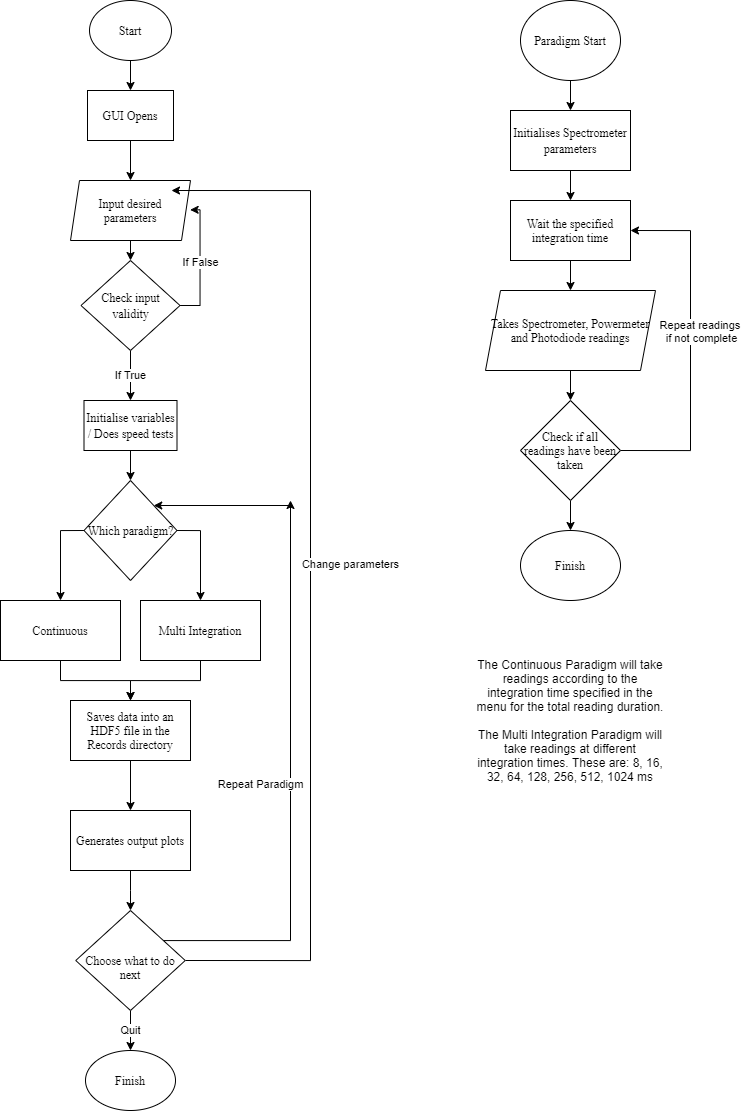
This is Optrode Flowchart.png from Benjamin-Mc/Optrode, a draw.io export, as it was before one commit. Source tidied: cells renumbered, new cells last; positions are measured from the earlier drawing's top-left corner, leaving out a move shared by most shapes.
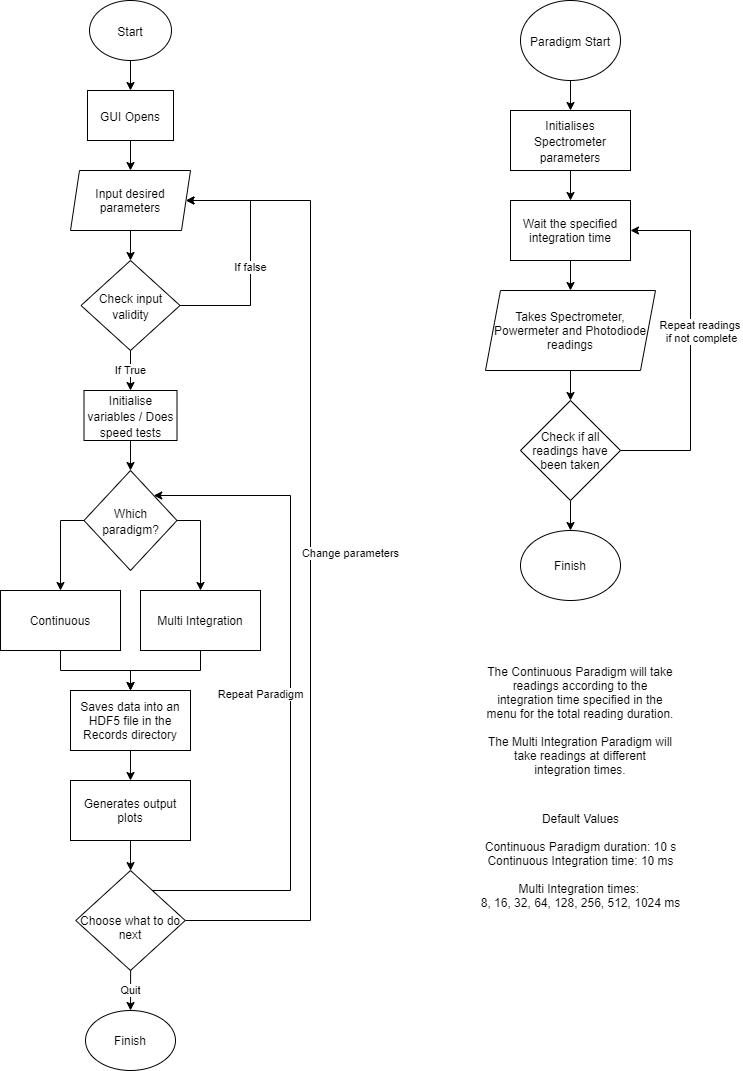
The same file after the commit.

What changed in the source:
```diff
@@ -2,122 +2,124 @@
   <root>
     <mxCell id="0" />
     <mxCell id="1" parent="0" />
-    <mxCell id="2" value="&lt;font style=&quot;font-size: 12px&quot;&gt;Start&lt;/font&gt;" style="ellipse;whiteSpace=wrap;html=1;fontFamily=Times New Roman;fontSize=14;" parent="1" vertex="1">
+    <mxCell id="2" value="&lt;font style=&quot;font-size: 12px&quot;&gt;Start&lt;/font&gt;" style="ellipse;whiteSpace=wrap;html=1;fontFamily=Helvetica;fontSize=14;" parent="1" vertex="1">
       <mxGeometry x="89" width="82" height="60" as="geometry" />
     </mxCell>
-    <mxCell id="3" value="&lt;font style=&quot;font-size: 12px&quot;&gt;GUI Opens&lt;/font&gt;" style="rounded=0;whiteSpace=wrap;html=1;fontFamily=Times New Roman;fontSize=14;" parent="1" vertex="1">
+    <mxCell id="3" value="&lt;font style=&quot;font-size: 12px&quot;&gt;GUI Opens&lt;/font&gt;" style="rounded=0;whiteSpace=wrap;html=1;fontFamily=Helvetica;fontSize=14;" parent="1" vertex="1">
       <mxGeometry x="87" y="90" width="86" height="50" as="geometry" />
     </mxCell>
-    <mxCell id="4" value="If True" style="edgeStyle=orthogonalEdgeStyle;rounded=0;jettySize=auto;html=1;exitX=0.5;exitY=1;exitDx=0;exitDy=0;entryX=0.5;entryY=0;entryDx=0;entryDy=0;" parent="1" edge="1" source="6" target="7">
+    <mxCell id="4" value="If True" style="edgeStyle=orthogonalEdgeStyle;rounded=0;jettySize=auto;html=1;exitX=0.5;exitY=1;exitDx=0;exitDy=0;entryX=0.5;entryY=0;entryDx=0;entryDy=0;fontFamily=Helvetica;" parent="1" edge="1" source="6" target="7">
       <mxGeometry relative="1" as="geometry" />
     </mxCell>
-    <mxCell id="5" value="If False" style="edgeStyle=orthogonalEdgeStyle;rounded=0;jettySize=auto;html=1;exitX=1;exitY=0.5;exitDx=0;exitDy=0;entryX=0.997;entryY=0.489;entryDx=0;entryDy=0;entryPerimeter=0;" parent="1" edge="1" source="6" target="20">
-      <mxGeometry relative="1" as="geometry" />
+    <mxCell id="5" style="edgeStyle=orthogonalEdgeStyle;rounded=0;jettySize=auto;html=1;fontFamily=Helvetica;entryX=1;entryY=0.5;entryDx=0;entryDy=0;" parent="1" edge="1" source="6" target="20">
+      <mxGeometry relative="1" as="geometry">
+        <Array as="points">
+          <mxPoint x="250" y="305" />
+          <mxPoint x="250" y="200" />
+        </Array>
+      </mxGeometry>
     </mxCell>
+    <mxCell id="44" value="If false" style="edgeLabel;html=1;align=center;verticalAlign=middle;fontFamily=Helvetica;" parent="5" vertex="1">
+      <mxGeometry x="-0.09" y="1" relative="1" as="geometry" />
+    </mxCell>
-    <mxCell id="6" value="&lt;font style=&quot;font-size: 12px&quot;&gt;Check input validity&lt;/font&gt;" style="rhombus;whiteSpace=wrap;html=1;fontFamily=Times New Roman;fontSize=14;" parent="1" vertex="1">
+    <mxCell id="6" value="&lt;font style=&quot;font-size: 12px&quot;&gt;Check input validity&lt;/font&gt;" style="rhombus;whiteSpace=wrap;html=1;fontFamily=Helvetica;fontSize=14;" parent="1" vertex="1">
       <mxGeometry x="80.5" y="260" width="99" height="90" as="geometry" />
     </mxCell>
-    <mxCell id="7" value="&lt;font style=&quot;font-size: 12px&quot;&gt;Initialise variables / Does speed tests&lt;/font&gt;" style="rounded=0;whiteSpace=wrap;html=1;fontFamily=Times New Roman;fontSize=14;" parent="1" vertex="1">
-      <mxGeometry x="83.5" y="400" width="93" height="50" as="geometry" />
+    <mxCell id="7" value="&lt;font style=&quot;font-size: 12px&quot;&gt;Initialise variables / Does speed tests&lt;/font&gt;" style="rounded=0;whiteSpace=wrap;html=1;fontFamily=Helvetica;fontSize=14;" parent="1" vertex="1">
+      <mxGeometry x="83.5" y="390" width="93" height="50" as="geometry" />
     </mxCell>
-    <mxCell id="8" style="edgeStyle=orthogonalEdgeStyle;rounded=0;jettySize=auto;html=1;exitX=1;exitY=0.5;exitDx=0;exitDy=0;entryX=0.5;entryY=0;entryDx=0;entryDy=0;" parent="1" edge="1" source="10" target="25">
+    <mxCell id="8" style="edgeStyle=orthogonalEdgeStyle;rounded=0;jettySize=auto;html=1;exitX=1;exitY=0.5;exitDx=0;exitDy=0;entryX=0.5;entryY=0;entryDx=0;entryDy=0;fontFamily=Helvetica;" parent="1" edge="1" source="10" target="25">
       <mxGeometry relative="1" as="geometry" />
     </mxCell>
-    <mxCell id="9" style="edgeStyle=orthogonalEdgeStyle;rounded=0;jettySize=auto;html=1;exitX=0;exitY=0.5;exitDx=0;exitDy=0;entryX=0.5;entryY=0;entryDx=0;entryDy=0;" parent="1" edge="1" source="10" target="23">
+    <mxCell id="9" style="edgeStyle=orthogonalEdgeStyle;rounded=0;jettySize=auto;html=1;exitX=0;exitY=0.5;exitDx=0;exitDy=0;entryX=0.5;entryY=0;entryDx=0;entryDy=0;fontFamily=Helvetica;" parent="1" edge="1" source="10" target="23">
       <mxGeometry relative="1" as="geometry" />
     </mxCell>
-    <mxCell id="10" value="&lt;font style=&quot;font-size: 12px&quot;&gt;Which paradigm?&lt;/font&gt;" style="rhombus;whiteSpace=wrap;html=1;fontFamily=Times New Roman;fontSize=14;" parent="1" vertex="1">
-      <mxGeometry x="83.5" y="480" width="93" height="100" as="geometry" />
+    <mxCell id="10" value="&lt;font style=&quot;font-size: 12px&quot;&gt;Which paradigm?&lt;/font&gt;" style="rhombus;whiteSpace=wrap;html=1;fontFamily=Helvetica;fontSize=14;" parent="1" vertex="1">
+      <mxGeometry x="83.5" y="470" width="93" height="100" as="geometry" />
     </mxCell>
-    <mxCell id="11" style="endArrow=classic;html=1;fontFamily=Times New Roman;fontSize=14;exitX=0.5;exitY=1;exitDx=0;exitDy=0;entryX=0.5;entryY=0;entryDx=0;entryDy=0;" parent="1" edge="1" source="2" target="3">
+    <mxCell id="11" style="endArrow=classic;html=1;fontFamily=Helvetica;fontSize=14;exitX=0.5;exitY=1;exitDx=0;exitDy=0;entryX=0.5;entryY=0;entryDx=0;entryDy=0;" parent="1" edge="1" source="2" target="3">
       <mxGeometry relative="1" as="geometry" />
     </mxCell>
-    <mxCell id="12" style="endArrow=classic;html=1;fontFamily=Times New Roman;fontSize=14;exitX=0.5;exitY=1;exitDx=0;exitDy=0;entryX=0.5;entryY=0;entryDx=0;entryDy=0;" parent="1" edge="1" source="3" target="20">
+    <mxCell id="12" style="endArrow=classic;html=1;fontFamily=Helvetica;fontSize=14;exitX=0.5;exitY=1;exitDx=0;exitDy=0;entryX=0.5;entryY=0;entryDx=0;entryDy=0;" parent="1" edge="1" source="3" target="20">
       <mxGeometry relative="1" as="geometry" />
     </mxCell>
-    <mxCell id="13" style="endArrow=classic;html=1;fontFamily=Times New Roman;fontSize=14;exitX=0.5;exitY=1;exitDx=0;exitDy=0;entryX=0.5;entryY=0;entryDx=0;entryDy=0;" parent="1" edge="1" source="7" target="10">
+    <mxCell id="13" style="endArrow=classic;html=1;fontFamily=Helvetica;fontSize=14;exitX=0.5;exitY=1;exitDx=0;exitDy=0;entryX=0.5;entryY=0;entryDx=0;entryDy=0;" parent="1" edge="1" source="7" target="10">
       <mxGeometry relative="1" as="geometry" />
     </mxCell>
-    <mxCell id="14" style="edgeStyle=orthogonalEdgeStyle;rounded=0;jettySize=auto;html=1;" parent="1" edge="1" source="15" target="17">
+    <mxCell id="14" style="edgeStyle=orthogonalEdgeStyle;rounded=0;jettySize=auto;html=1;fontFamily=Helvetica;" parent="1" edge="1" source="15" target="17">
       <mxGeometry relative="1" as="geometry" />
     </mxCell>
-    <mxCell id="15" value="&lt;font style=&quot;font-size: 12px&quot;&gt;&lt;font&gt;Paradigm &lt;/font&gt;Start&lt;/font&gt;" style="ellipse;whiteSpace=wrap;html=1;fontFamily=Times New Roman;fontSize=14;" parent="1" vertex="1">
+    <mxCell id="15" value="&lt;font style=&quot;font-size: 12px&quot;&gt;&lt;font&gt;Paradigm &lt;/font&gt;Start&lt;/font&gt;" style="ellipse;whiteSpace=wrap;html=1;fontFamily=Helvetica;fontSize=14;" parent="1" vertex="1">
       <mxGeometry x="520" width="100" height="80" as="geometry" />
     </mxCell>
-    <mxCell id="16" style="edgeStyle=orthogonalEdgeStyle;rounded=0;jettySize=auto;html=1;exitX=0.5;exitY=1;exitDx=0;exitDy=0;entryX=0.5;entryY=0;entryDx=0;entryDy=0;" parent="1" edge="1" source="17" target="42">
+    <mxCell id="16" style="edgeStyle=orthogonalEdgeStyle;rounded=0;jettySize=auto;html=1;exitX=0.5;exitY=1;exitDx=0;exitDy=0;entryX=0.5;entryY=0;entryDx=0;entryDy=0;fontFamily=Helvetica;" parent="1" edge="1" source="17" target="42">
       <mxGeometry relative="1" as="geometry" />
     </mxCell>
-    <mxCell id="17" value="&lt;font style=&quot;font-size: 12px&quot;&gt;Initialises Spectrometer parameters&lt;/font&gt;" style="whiteSpace=wrap;html=1;fontFamily=Times New Roman;fontSize=14;" parent="1" vertex="1">
+    <mxCell id="17" value="&lt;font style=&quot;font-size: 12px&quot;&gt;Initialises Spectrometer parameters&lt;/font&gt;" style="whiteSpace=wrap;html=1;fontFamily=Helvetica;fontSize=14;" parent="1" vertex="1">
       <mxGeometry x="510" y="110" width="120" height="60" as="geometry" />
     </mxCell>
-    <mxCell id="18" style="edgeStyle=orthogonalEdgeStyle;rounded=0;jettySize=auto;html=1;" parent="1" edge="1" source="19" target="39">
+    <mxCell id="18" style="edgeStyle=orthogonalEdgeStyle;rounded=0;jettySize=auto;html=1;fontFamily=Helvetica;" parent="1" edge="1" source="19" target="39">
       <mxGeometry relative="1" as="geometry" />
     </mxCell>
-    <mxCell id="19" value="&lt;font style=&quot;font-size: 12px&quot; face=&quot;Times New Roman&quot;&gt;Takes Spectrometer, Powermeter and Photodiode readings&lt;/font&gt;" style="shape=parallelogram;perimeter=parallelogramPerimeter;whiteSpace=wrap;html=1;fixedSize=1;size=15;" parent="1" vertex="1">
+    <mxCell id="19" value="&lt;font style=&quot;font-size: 12px&quot;&gt;Takes Spectrometer, Powermeter and Photodiode readings&lt;/font&gt;" style="shape=parallelogram;perimeter=parallelogramPerimeter;whiteSpace=wrap;html=1;fixedSize=1;size=15;fontFamily=Helvetica;" parent="1" vertex="1">
       <mxGeometry x="485" y="290" width="170" height="80" as="geometry" />
     </mxCell>
-    <mxCell id="20" value="&lt;font face=&quot;Times New Roman&quot;&gt;Input desired parameters&lt;/font&gt;" style="shape=parallelogram;perimeter=parallelogramPerimeter;whiteSpace=wrap;html=1;fixedSize=1;size=9;" parent="1" vertex="1">
-      <mxGeometry x="70" y="180" width="120" height="60" as="geometry" />
+    <mxCell id="20" value="&lt;font&gt;Input desired parameters&lt;/font&gt;" style="shape=parallelogram;perimeter=parallelogramPerimeter;whiteSpace=wrap;html=1;fixedSize=1;size=9;fontFamily=Helvetica;" parent="1" vertex="1">
+      <mxGeometry x="70" y="170" width="120" height="60" as="geometry" />
     </mxCell>
-    <mxCell id="21" style="endArrow=classic;html=1;exitX=0.5;exitY=1;exitDx=0;exitDy=0;entryX=0.5;entryY=0;entryDx=0;entryDy=0;" parent="1" edge="1" source="20" target="6">
+    <mxCell id="21" style="endArrow=classic;html=1;exitX=0.5;exitY=1;exitDx=0;exitDy=0;entryX=0.5;entryY=0;entryDx=0;entryDy=0;fontFamily=Helvetica;" parent="1" edge="1" source="20" target="6">
       <mxGeometry relative="1" as="geometry" />
     </mxCell>
-    <mxCell id="22" style="edgeStyle=orthogonalEdgeStyle;rounded=0;jettySize=auto;html=1;exitX=0.5;exitY=1;exitDx=0;exitDy=0;" parent="1" edge="1" source="23" target="27">
+    <mxCell id="22" style="edgeStyle=orthogonalEdgeStyle;rounded=0;jettySize=auto;html=1;exitX=0.5;exitY=1;exitDx=0;exitDy=0;fontFamily=Helvetica;" parent="1" edge="1" source="23" target="27">
       <mxGeometry relative="1" as="geometry" />
     </mxCell>
-    <mxCell id="23" value="&lt;font face=&quot;Times New Roman&quot;&gt;Continuous&lt;/font&gt;" style="rounded=0;whiteSpace=wrap;html=1;" parent="1" vertex="1">
-      <mxGeometry y="600" width="120" height="60" as="geometry" />
+    <mxCell id="23" value="&lt;font&gt;Continuous&lt;/font&gt;" style="rounded=0;whiteSpace=wrap;html=1;fontFamily=Helvetica;" parent="1" vertex="1">
+      <mxGeometry y="590" width="120" height="60" as="geometry" />
     </mxCell>
-    <mxCell id="24" style="edgeStyle=orthogonalEdgeStyle;rounded=0;jettySize=auto;html=1;exitX=0.5;exitY=1;exitDx=0;exitDy=0;entryX=0.5;entryY=0;entryDx=0;entryDy=0;" parent="1" edge="1" source="25" target="27">
+    <mxCell id="24" style="edgeStyle=orthogonalEdgeStyle;rounded=0;jettySize=auto;html=1;exitX=0.5;exitY=1;exitDx=0;exitDy=0;entryX=0.5;entryY=0;entryDx=0;entryDy=0;fontFamily=Helvetica;" parent="1" edge="1" source="25" target="27">
       <mxGeometry relative="1" as="geometry" />
     </mxCell>
-    <mxCell id="25" value="&lt;font face=&quot;Times New Roman&quot;&gt;Multi Integration&lt;/font&gt;" style="rounded=0;whiteSpace=wrap;html=1;" parent="1" vertex="1">
-      <mxGeometry x="140" y="600" width="120" height="60" as="geometry" />
+    <mxCell id="25" value="&lt;font&gt;Multi Integration&lt;/font&gt;" style="rounded=0;whiteSpace=wrap;html=1;fontFamily=Helvetica;" parent="1" vertex="1">
+      <mxGeometry x="140" y="590" width="120" height="60" as="geometry" />
     </mxCell>
-    <mxCell id="26" style="edgeStyle=orthogonalEdgeStyle;rounded=0;jettySize=auto;html=1;" parent="1" edge="1" source="27" target="29">
+    <mxCell id="26" style="edgeStyle=orthogonalEdgeStyle;rounded=0;jettySize=auto;html=1;fontFamily=Helvetica;" parent="1" edge="1" source="27" target="29">
       <mxGeometry relative="1" as="geometry" />
     </mxCell>
-    <mxCell id="27" value="&lt;font face=&quot;Times New Roman&quot;&gt;Saves data into an HDF5 file in the Records directory&lt;/font&gt;" style="rounded=0;whiteSpace=wrap;html=1;" parent="1" vertex="1">
-      <mxGeometry x="70" y="700" width="120" height="60" as="geometry" />
+    <mxCell id="27" value="&lt;font&gt;Saves data into an HDF5 file in the Records directory&lt;/font&gt;" style="rounded=0;whiteSpace=wrap;html=1;fontFamily=Helvetica;" parent="1" vertex="1">
+      <mxGeometry x="70" y="690" width="120" height="60" as="geometry" />
     </mxCell>
-    <mxCell id="28" style="edgeStyle=orthogonalEdgeStyle;rounded=0;jettySize=auto;html=1;" parent="1" edge="1" source="29" target="33">
+    <mxCell id="28" style="edgeStyle=orthogonalEdgeStyle;rounded=0;jettySize=auto;html=1;fontFamily=Helvetica;" parent="1" edge="1" source="29" target="33">
       <mxGeometry relative="1" as="geometry" />
     </mxCell>
-    <mxCell id="29" value="&lt;font face=&quot;Times New Roman&quot;&gt;Generates output plots&lt;/font&gt;" style="rounded=0;whiteSpace=wrap;html=1;" parent="1" vertex="1">
-      <mxGeometry x="70" y="810" width="120" height="60" as="geometry" />
+    <mxCell id="29" value="&lt;font&gt;Generates output plots&lt;/font&gt;" style="rounded=0;whiteSpace=wrap;html=1;fontFamily=Helvetica;" parent="1" vertex="1">
+      <mxGeometry x="70" y="780" width="120" height="60" as="geometry" />
     </mxCell>
-    <mxCell id="30" value="Repeat Paradigm" style="edgeStyle=orthogonalEdgeStyle;rounded=0;jettySize=auto;html=1;" parent="1" edge="1" source="33">
+    <mxCell id="30" value="Repeat Paradigm" style="edgeStyle=orthogonalEdgeStyle;rounded=0;jettySize=auto;html=1;fontFamily=Helvetica;entryX=1;entryY=0;entryDx=0;entryDy=0;" parent="1" edge="1" source="33" target="10">
       <mxGeometry y="30" relative="1" as="geometry">
-        <mxPoint x="290" y="500" as="targetPoint" />
         <Array as="points">
-          <mxPoint x="290" y="940" />
+          <mxPoint x="290" y="890" />
+          <mxPoint x="290" y="495" />
         </Array>
       </mxGeometry>
     </mxCell>
-    <mxCell id="31" value="Change parameters" style="edgeStyle=orthogonalEdgeStyle;rounded=0;jettySize=auto;html=1;exitX=1;exitY=0.5;exitDx=0;exitDy=0;" parent="1" edge="1" source="33">
-      <mxGeometry x="0.01" y="-40" relative="1" as="geometry">
-        <mxPoint x="171" y="190" as="targetPoint" />
+    <mxCell id="31" value="Change parameters" style="edgeStyle=orthogonalEdgeStyle;rounded=0;jettySize=auto;html=1;exitX=1;exitY=0.5;exitDx=0;exitDy=0;fontFamily=Helvetica;entryX=1;entryY=0.5;entryDx=0;entryDy=0;" parent="1" edge="1" source="33" target="20">
+      <mxGeometry x="0.02" y="-40" relative="1" as="geometry">
         <Array as="points">
-          <mxPoint x="310" y="960" />
-          <mxPoint x="310" y="190" />
+          <mxPoint x="310" y="920" />
+          <mxPoint x="310" y="200" />
         </Array>
       </mxGeometry>
     </mxCell>
-    <mxCell id="32" value="Quit" style="edgeStyle=orthogonalEdgeStyle;rounded=0;jettySize=auto;html=1;" parent="1" edge="1" source="33" target="35">
+    <mxCell id="32" value="Quit" style="edgeStyle=orthogonalEdgeStyle;rounded=0;jettySize=auto;html=1;fontFamily=Helvetica;" parent="1" edge="1" source="33" target="35">
       <mxGeometry relative="1" as="geometry" />
     </mxCell>
-    <mxCell id="33" value="&lt;font face=&quot;Times New Roman&quot;&gt;&lt;br&gt;Choose what to do next&lt;/font&gt;" style="rhombus;whiteSpace=wrap;html=1;rounded=0;" parent="1" vertex="1">
-      <mxGeometry x="75.2" y="910" width="109.5" height="100" as="geometry" />
+    <mxCell id="33" value="&lt;font&gt;&lt;br&gt;Choose what to do next&lt;/font&gt;" style="rhombus;whiteSpace=wrap;html=1;rounded=0;fontFamily=Helvetica;" parent="1" vertex="1">
+      <mxGeometry x="75.2" y="870" width="109.5" height="100" as="geometry" />
     </mxCell>
-    <mxCell id="34" style="endArrow=classic;html=1;entryX=1;entryY=0;entryDx=0;entryDy=0;" parent="1" edge="1" target="10">
-      <mxGeometry relative="1" as="geometry">
-        <mxPoint x="290" y="505" as="sourcePoint" />
-      </mxGeometry>
-    </mxCell>
-    <mxCell id="35" value="&lt;font face=&quot;Times New Roman&quot;&gt;Finish&lt;/font&gt;" style="ellipse;whiteSpace=wrap;html=1;rounded=0;" parent="1" vertex="1">
-      <mxGeometry x="85" y="1050" width="90" height="60" as="geometry" />
+    <mxCell id="35" value="&lt;font&gt;Finish&lt;/font&gt;" style="ellipse;whiteSpace=wrap;html=1;rounded=0;fontFamily=Helvetica;" parent="1" vertex="1">
+      <mxGeometry x="85" y="1010" width="90" height="60" as="geometry" />
     </mxCell>
-    <mxCell id="36" style="edgeStyle=orthogonalEdgeStyle;rounded=0;jettySize=auto;html=1;exitX=1;exitY=0.5;exitDx=0;exitDy=0;entryX=1;entryY=0.5;entryDx=0;entryDy=0;" parent="1" edge="1" source="39" target="42">
+    <mxCell id="36" style="edgeStyle=orthogonalEdgeStyle;rounded=0;jettySize=auto;html=1;exitX=1;exitY=0.5;exitDx=0;exitDy=0;entryX=1;entryY=0.5;entryDx=0;entryDy=0;fontFamily=Helvetica;" parent="1" edge="1" source="39" target="42">
       <mxGeometry relative="1" as="geometry">
         <Array as="points">
           <mxPoint x="690" y="450" />
@@ -125,28 +127,31 @@
         </Array>
       </mxGeometry>
     </mxCell>
-    <mxCell id="37" value="Repeat readings&amp;nbsp;&lt;br&gt;if not complete" style="edgeLabel;html=1;align=center;verticalAlign=middle;" parent="36" vertex="1">
+    <mxCell id="37" value="Repeat readings&amp;nbsp;&lt;br&gt;if not complete" style="edgeLabel;html=1;align=center;verticalAlign=middle;fontFamily=Helvetica;" parent="36" vertex="1">
       <mxGeometry x="0.31" y="1" relative="1" as="geometry">
         <mxPoint x="11" y="39" as="offset" />
       </mxGeometry>
     </mxCell>
-    <mxCell id="38" style="edgeStyle=orthogonalEdgeStyle;rounded=0;jettySize=auto;html=1;" parent="1" edge="1" source="39" target="40">
+    <mxCell id="38" style="edgeStyle=orthogonalEdgeStyle;rounded=0;jettySize=auto;html=1;fontFamily=Helvetica;" parent="1" edge="1" source="39" target="40">
       <mxGeometry relative="1" as="geometry" />
     </mxCell>
-    <mxCell id="39" value="&lt;font face=&quot;Times New Roman&quot;&gt;Check if all readings have been taken&lt;/font&gt;" style="rhombus;whiteSpace=wrap;html=1;" parent="1" vertex="1">
+    <mxCell id="39" value="&lt;font&gt;Check if all readings have been taken&lt;/font&gt;" style="rhombus;whiteSpace=wrap;html=1;fontFamily=Helvetica;" parent="1" vertex="1">
       <mxGeometry x="520" y="400" width="100" height="100" as="geometry" />
     </mxCell>
-    <mxCell id="40" value="&lt;font face=&quot;Times New Roman&quot;&gt;Finish&lt;/font&gt;" style="ellipse;whiteSpace=wrap;html=1;" parent="1" vertex="1">
+    <mxCell id="40" value="&lt;font&gt;Finish&lt;/font&gt;" style="ellipse;whiteSpace=wrap;html=1;fontFamily=Helvetica;" parent="1" vertex="1">
       <mxGeometry x="520" y="530" width="100" height="70" as="geometry" />
     </mxCell>
-    <mxCell id="41" style="edgeStyle=orthogonalEdgeStyle;rounded=0;jettySize=auto;html=1;" parent="1" edge="1" source="42" target="19">
+    <mxCell id="41" style="edgeStyle=orthogonalEdgeStyle;rounded=0;jettySize=auto;html=1;fontFamily=Helvetica;" parent="1" edge="1" source="42" target="19">
       <mxGeometry relative="1" as="geometry" />
     </mxCell>
-    <mxCell id="42" value="&lt;font face=&quot;Times New Roman&quot;&gt;Wait the specified integration time&lt;/font&gt;" style="rounded=0;whiteSpace=wrap;html=1;" parent="1" vertex="1">
+    <mxCell id="42" value="&lt;font&gt;Wait the specified integration time&lt;/font&gt;" style="rounded=0;whiteSpace=wrap;html=1;fontFamily=Helvetica;" parent="1" vertex="1">
       <mxGeometry x="510" y="200" width="120" height="60" as="geometry" />
     </mxCell>
-    <mxCell id="43" value="The Continuous Paradigm will take readings according to the integration time specified in the menu for the total reading duration.&lt;br&gt;&lt;br&gt;The Multi Integration Paradigm will take readings at different integration times. These are: 8, 16, 32, 64, 128, 256, 512, 1024 ms" style="text;html=1;strokeColor=none;fillColor=none;align=center;verticalAlign=middle;whiteSpace=wrap;rounded=0;" parent="1" vertex="1">
-      <mxGeometry x="475" y="710" width="190" height="20" as="geometry" />
+    <mxCell id="43" value="The Continuous Paradigm will take readings according to the integration time specified in the menu for the total reading duration.&lt;br&gt;&lt;br&gt;The Multi Integration Paradigm will take readings at different integration times." style="text;html=1;strokeColor=none;fillColor=none;align=center;verticalAlign=middle;whiteSpace=wrap;rounded=0;fontFamily=Helvetica;" parent="1" vertex="1">
+      <mxGeometry x="485" y="710" width="190" height="20" as="geometry" />
     </mxCell>
+    <mxCell id="45" value="Default Values&lt;br&gt;&lt;br&gt;Continuous Paradigm duration: 10 s&lt;br&gt;Continuous Integration time: 10 ms&lt;br&gt;&lt;br&gt;Multi Integration times:&amp;nbsp;&lt;br&gt;8, 16, 32, 64, 128, 256, 512, 1024 ms" style="text;html=1;align=center;verticalAlign=middle;fontFamily=Helvetica;" parent="1" vertex="1">
+      <mxGeometry x="475" y="810" width="210" height="100" as="geometry" />
+    </mxCell>
   </root>
 </mxGraphModel>
```
